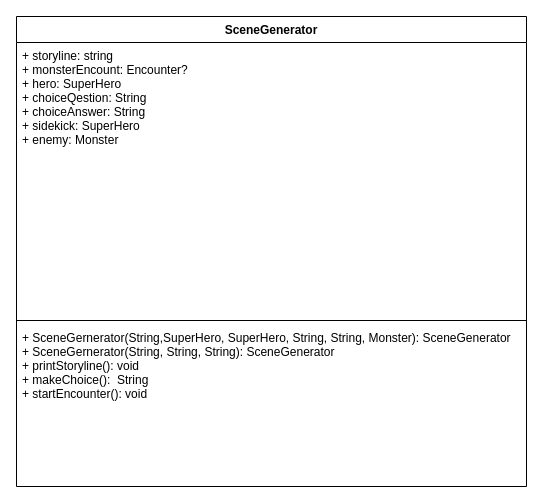
The draw.io diagram Diagrams/SceneGenerator.drawio in wtvamp/DarkGame, before the edit. Source tidied: cells renumbered, new cells numbered last; positions are measured from the earlier drawing's top-left corner, leaving out a move shared by most shapes. Both pictures are drawn from the tidied source at 100%, with x=0, y=0 at pixel (16, 16).
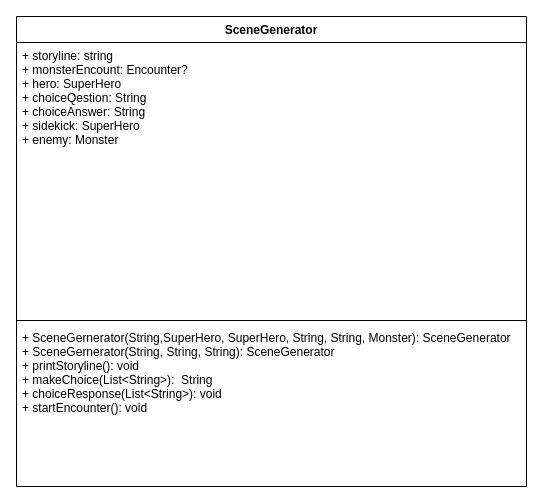
Above is the later version.

Commit message (it also covers changes not shown here):
Scenegernerator works now

The edit, as a diff of the source:
```diff
@@
 <mxGraphModel>
   <root>
     <mxCell id="0" />
     <mxCell id="1" parent="0" />
     <mxCell id="2" value="SceneGenerator" style="swimlane;fontStyle=1;align=center;verticalAlign=top;horizontal=1;startSize=26;" parent="1" vertex="1">
       <mxGeometry width="510" height="470" as="geometry" />
     </mxCell>
     <mxCell id="3" value="+ storyline: string&#10;+ monsterEncount: Encounter?&#10;+ hero: SuperHero&#10;+ choiceQestion: String&#10;+ choiceAnswer: String&#10;+ sidekick: SuperHero&#10;+ enemy: Monster&#10;&#10;" style="text;strokeColor=none;fillColor=none;align=left;verticalAlign=top;spacingLeft=4;spacingRight=4;overflow=hidden;" parent="2" vertex="1">
       <mxGeometry y="26" width="510" height="274" as="geometry" />
     </mxCell>
     <mxCell id="4" style="line;strokeWidth=1;fillColor=none;align=left;verticalAlign=middle;spacingTop=-1;spacingLeft=3;spacingRight=3;labelPosition=right;" parent="2" vertex="1">
       <mxGeometry y="300" width="510" height="8" as="geometry" />
     </mxCell>
-    <mxCell id="5" value="+ SceneGernerator(String,SuperHero, SuperHero, String, String, Monster): SceneGenerator  &#10;+ SceneGernerator(String, String, String): SceneGenerator&#10;+ printStoryline(): void&#10;+ makeChoice():  String  &#10;+ startEncounter(): void&#10;&#10;" style="text;strokeColor=none;fillColor=none;align=left;verticalAlign=top;spacingLeft=4;spacingRight=4;overflow=hidden;" parent="2" vertex="1">
+    <mxCell id="5" value="+ SceneGernerator(String,SuperHero, SuperHero, String, String, Monster): SceneGenerator  &#10;+ SceneGernerator(String, String, String): SceneGenerator&#10;+ printStoryline(): void&#10;+ makeChoice(List&lt;String&gt;):  String  &#10;+ choiceResponse(List&lt;String&gt;): void&#10;+ startEncounter(): void&#10;&#10;" style="text;strokeColor=none;fillColor=none;align=left;verticalAlign=top;spacingLeft=4;spacingRight=4;overflow=hidden;" parent="2" vertex="1">
       <mxGeometry y="308" width="510" height="162" as="geometry" />
     </mxCell>
   </root>
 </mxGraphModel>
```
